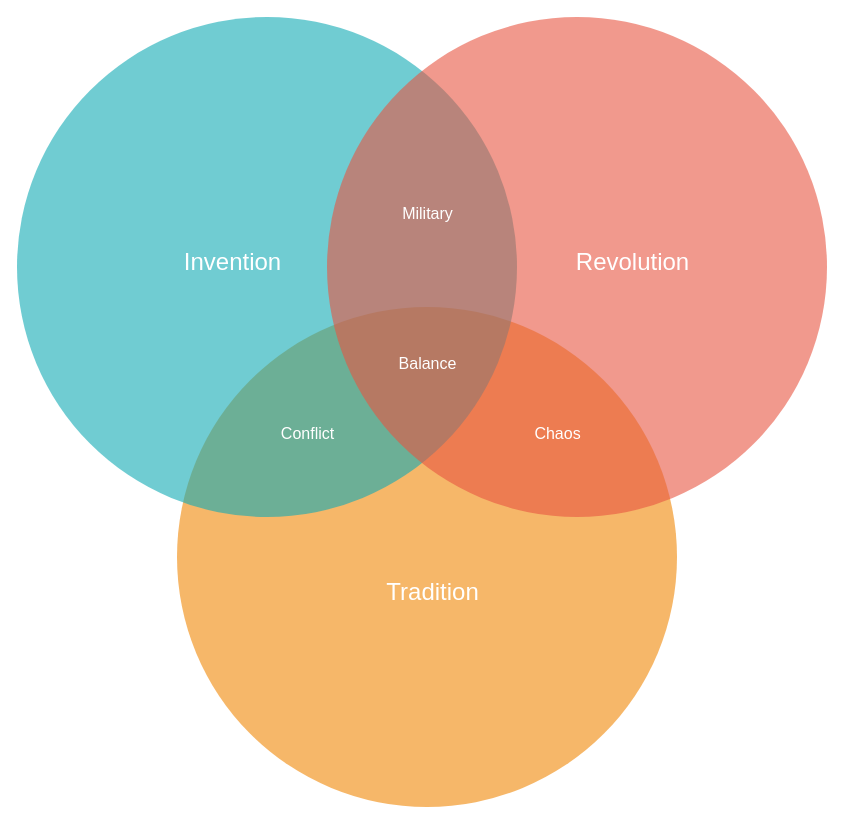
The draw.io diagram serverFiles/Untitled Diagram.drawio in ZAIDALICA/puzzle, before the edit. Source tidied: cells renumbered, new cells numbered last; positions are measured from the earlier drawing's top-left corner, leaving out a move shared by most shapes. Both pictures are drawn from the tidied source at 100%, with x=0, y=0 at pixel (17, 16).
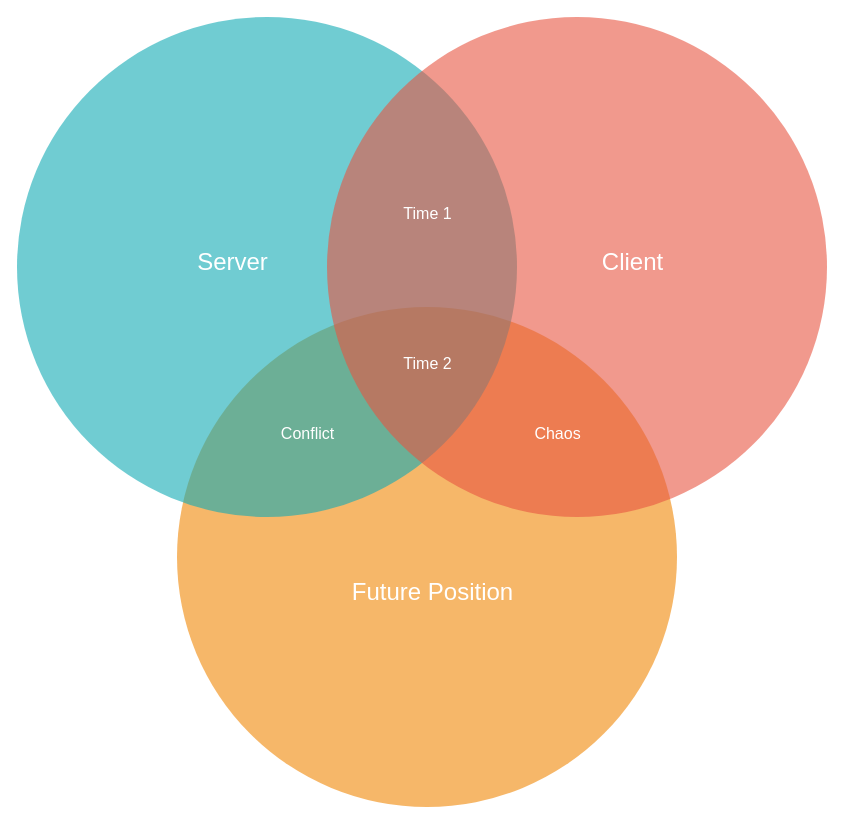
The same diagram, later.

Commit message:
Client-Server Module

Diff of the diagram source:
```diff
@@
 <mxGraphModel background="#ffffff">
   <root>
     <mxCell id="0" />
     <mxCell id="1" parent="0" />
     <mxCell id="2" style="ellipse;fillColor=#F08705;opacity=60;strokeColor=none;html=1;fontColor=#FFFFFF;" parent="1" vertex="1">
       <mxGeometry x="159.5" y="290.5" width="500" height="500" as="geometry" />
     </mxCell>
     <mxCell id="3" style="ellipse;fillColor=#12AAB5;opacity=60;strokeColor=none;html=1;fontColor=#FFFFFF;" parent="1" vertex="1">
       <mxGeometry x="-0.5" y="0.5" width="500" height="500" as="geometry" />
     </mxCell>
     <mxCell id="4" style="ellipse;fillColor=#e85642;opacity=60;strokeColor=none;html=1;fontColor=#FFFFFF;" parent="1" vertex="1">
       <mxGeometry x="309.5" y="0.5" width="500" height="500" as="geometry" />
     </mxCell>
-    <mxCell id="5" value="Invention" style="text;fontSize=24;align=center;verticalAlign=middle;html=1;fontColor=#FFFFFF;" parent="1" vertex="1">
+    <mxCell id="5" value="Server" style="text;fontSize=24;align=center;verticalAlign=middle;html=1;fontColor=#FFFFFF;" parent="1" vertex="1">
       <mxGeometry x="119.5" y="210.5" width="190" height="70" as="geometry" />
     </mxCell>
-    <mxCell id="6" value="Revolution" style="text;fontSize=24;align=center;verticalAlign=middle;html=1;fontColor=#FFFFFF;" parent="1" vertex="1">
+    <mxCell id="6" value="Client" style="text;fontSize=24;align=center;verticalAlign=middle;html=1;fontColor=#FFFFFF;" parent="1" vertex="1">
       <mxGeometry x="519.5" y="210.5" width="190" height="70" as="geometry" />
     </mxCell>
-    <mxCell id="7" value="Tradition" style="text;fontSize=24;align=center;verticalAlign=middle;html=1;fontColor=#FFFFFF;" parent="1" vertex="1">
+    <mxCell id="7" value="Future Position" style="text;fontSize=24;align=center;verticalAlign=middle;html=1;fontColor=#FFFFFF;" parent="1" vertex="1">
       <mxGeometry x="319.5" y="540.5" width="190" height="70" as="geometry" />
     </mxCell>
-    <mxCell id="8" value="Military" style="text;align=center;html=1;fontColor=#FFFFFF;fontSize=16;" parent="1" vertex="1">
+    <mxCell id="8" value="Time 1" style="text;align=center;html=1;fontColor=#FFFFFF;fontSize=16;" parent="1" vertex="1">
       <mxGeometry x="389.5" y="180.5" width="40" height="40" as="geometry" />
     </mxCell>
     <mxCell id="9" value="Conflict" style="text;align=center;html=1;fontColor=#FFFFFF;fontSize=16;" parent="1" vertex="1">
       <mxGeometry x="269.5" y="400.5" width="40" height="40" as="geometry" />
     </mxCell>
     <mxCell id="10" value="Chaos" style="text;align=center;html=1;fontColor=#FFFFFF;fontSize=16;" parent="1" vertex="1">
       <mxGeometry x="519.5" y="400.5" width="40" height="40" as="geometry" />
     </mxCell>
-    <mxCell id="11" value="Balance" style="text;align=center;html=1;fontColor=#FFFFFF;fontSize=16;" parent="1" vertex="1">
+    <mxCell id="11" value="Time 2" style="text;align=center;html=1;fontColor=#FFFFFF;fontSize=16;" parent="1" vertex="1">
       <mxGeometry x="389.5" y="330.5" width="40" height="40" as="geometry" />
     </mxCell>
   </root>
 </mxGraphModel>
```
